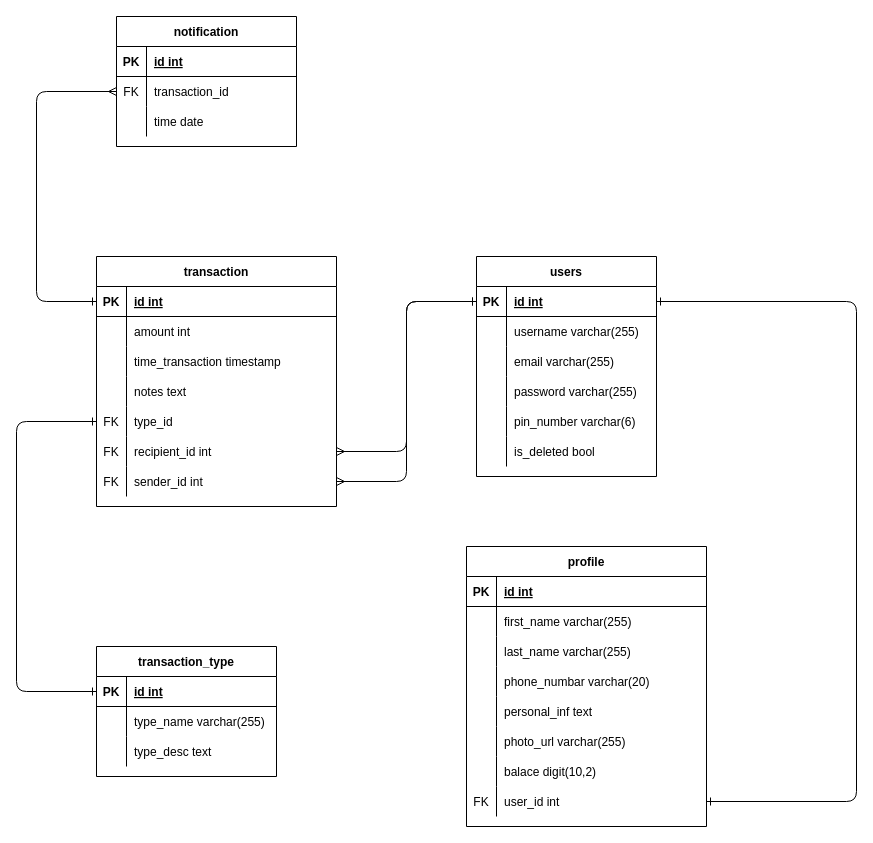
The draw.io diagram erd.drawio in afrizalsofyan/fw9-backend, before the edit. Source tidied: cells renumbered, new cells numbered last; positions are measured from the earlier drawing's top-left corner, leaving out a move shared by most shapes. Both pictures are drawn from the tidied source at 100%, with x=0, y=0 at pixel (16, 16).
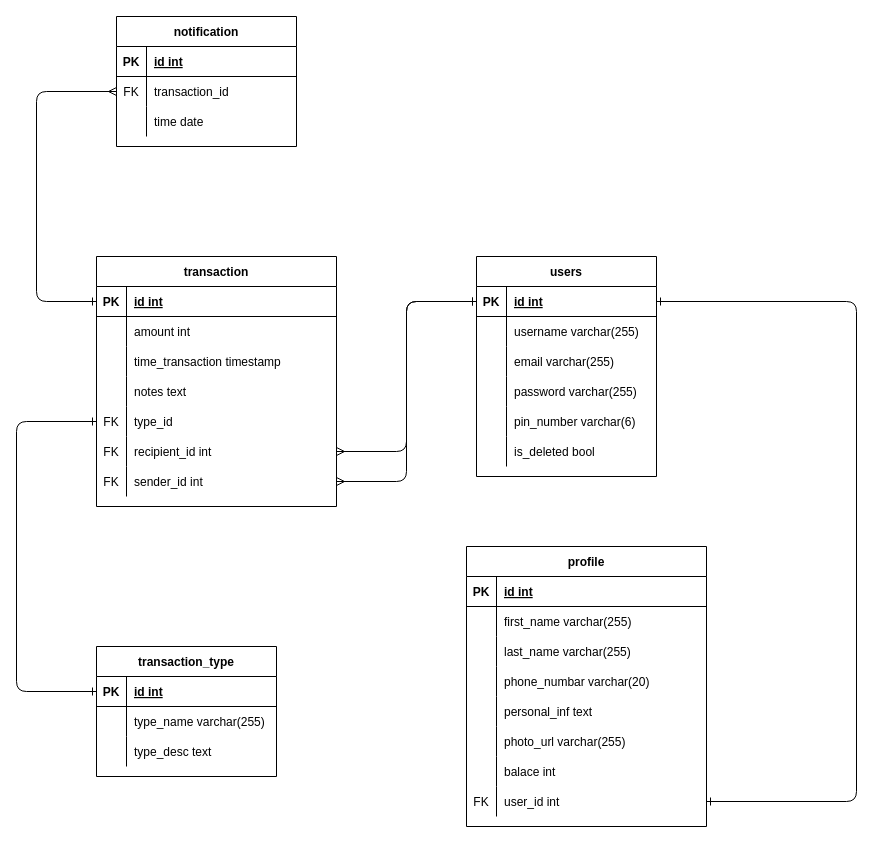
After the change.

The change refers to these unchanged cells:
```xml
<mxCell id="40" style="shape=partialRectangle;fillColor=none;top=0;left=0;bottom=0;right=0;" parent="21" vertex="1">
  <mxGeometry y="210" width="240" height="30" as="geometry" />
</mxCell>
```

The edit, as a diff of the source:
```diff
@@
-    <mxCell id="42" value="balace digit(10,2)" style="shape=partialRectangle;fillColor=none;top=0;left=0;bottom=0;right=0;align=left;spacingLeft=6;overflow=hidden;" parent="40" vertex="1">
+    <mxCell id="42" value="balace int" style="shape=partialRectangle;fillColor=none;top=0;left=0;bottom=0;right=0;align=left;spacingLeft=6;overflow=hidden;" parent="40" vertex="1">
       <mxGeometry x="30" width="210" height="30" as="geometry" />
     </mxCell>
```
